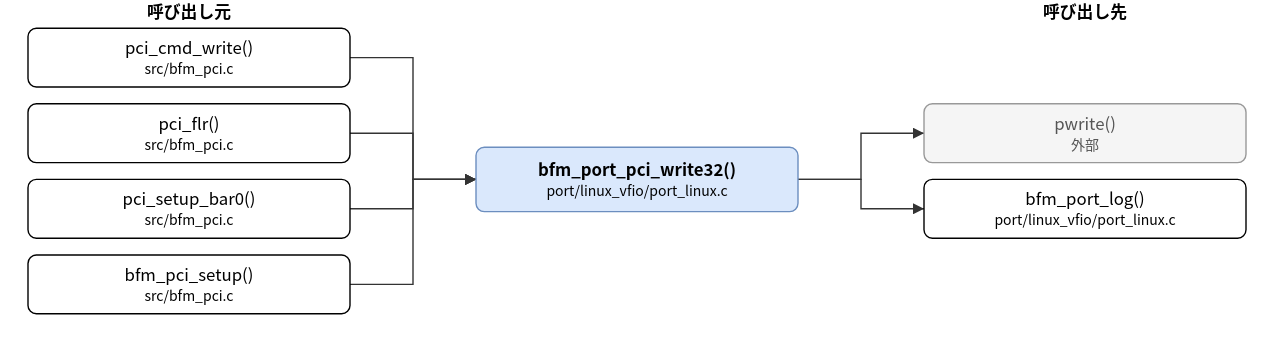
Above: doc/spec/images/call_port_linux_vfio_port_linux-bfm_port_pci_write32.drawio.svg in hf355051012-ai/bfmem (draw.io), before the change. Source tidied: cells renumbered, new cells last; positions are measured from the earlier drawing's top-left corner, leaving out a move shared by most shapes.
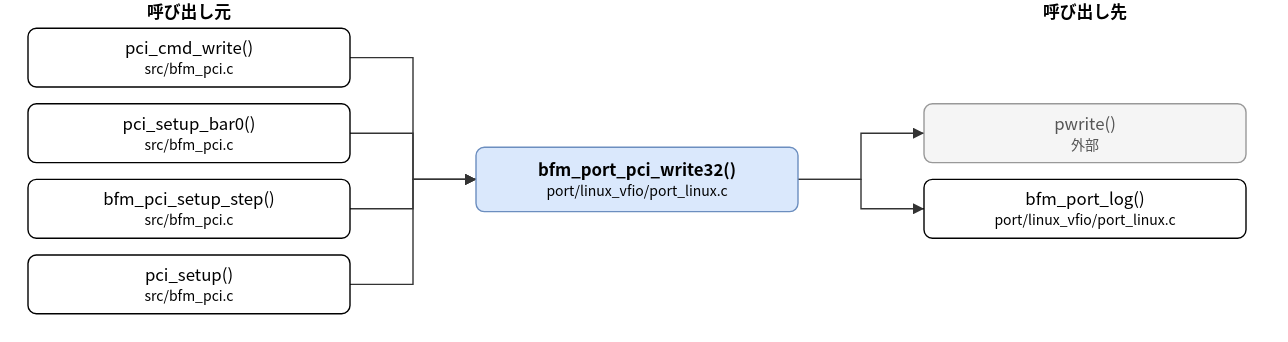
The same diagram one commit later.

The edit, as a diff of the source:
```diff
@@ -8,13 +8,13 @@
     <mxCell id="3" value="pci_cmd_write()&lt;br&gt;&lt;font style=&quot;font-size:10px&quot;&gt;src/bfm_pci.c&lt;/font&gt;" style="rounded=1;whiteSpace=wrap;html=1;" parent="1" vertex="1">
       <mxGeometry y="20" width="230" height="42" as="geometry" />
     </mxCell>
-    <mxCell id="4" value="pci_flr()&lt;br&gt;&lt;font style=&quot;font-size:10px&quot;&gt;src/bfm_pci.c&lt;/font&gt;" style="rounded=1;whiteSpace=wrap;html=1;" parent="1" vertex="1">
+    <mxCell id="4" value="pci_setup_bar0()&lt;br&gt;&lt;font style=&quot;font-size:10px&quot;&gt;src/bfm_pci.c&lt;/font&gt;" style="rounded=1;whiteSpace=wrap;html=1;" parent="1" vertex="1">
       <mxGeometry y="74" width="230" height="42" as="geometry" />
     </mxCell>
-    <mxCell id="5" value="pci_setup_bar0()&lt;br&gt;&lt;font style=&quot;font-size:10px&quot;&gt;src/bfm_pci.c&lt;/font&gt;" style="rounded=1;whiteSpace=wrap;html=1;" parent="1" vertex="1">
+    <mxCell id="5" value="bfm_pci_setup_step()&lt;br&gt;&lt;font style=&quot;font-size:10px&quot;&gt;src/bfm_pci.c&lt;/font&gt;" style="rounded=1;whiteSpace=wrap;html=1;" parent="1" vertex="1">
       <mxGeometry y="128" width="230" height="42" as="geometry" />
     </mxCell>
-    <mxCell id="6" value="bfm_pci_setup()&lt;br&gt;&lt;font style=&quot;font-size:10px&quot;&gt;src/bfm_pci.c&lt;/font&gt;" style="rounded=1;whiteSpace=wrap;html=1;" parent="1" vertex="1">
+    <mxCell id="6" value="pci_setup()&lt;br&gt;&lt;font style=&quot;font-size:10px&quot;&gt;src/bfm_pci.c&lt;/font&gt;" style="rounded=1;whiteSpace=wrap;html=1;" parent="1" vertex="1">
       <mxGeometry y="182" width="230" height="42" as="geometry" />
     </mxCell>
     <mxCell id="7" value="pwrite()&lt;br&gt;&lt;font style=&quot;font-size:10px&quot;&gt;外部&lt;/font&gt;" style="rounded=1;whiteSpace=wrap;html=1;fillColor=#f5f5f5;strokeColor=#999999;fontColor=#555555;" parent="1" vertex="1">
```
